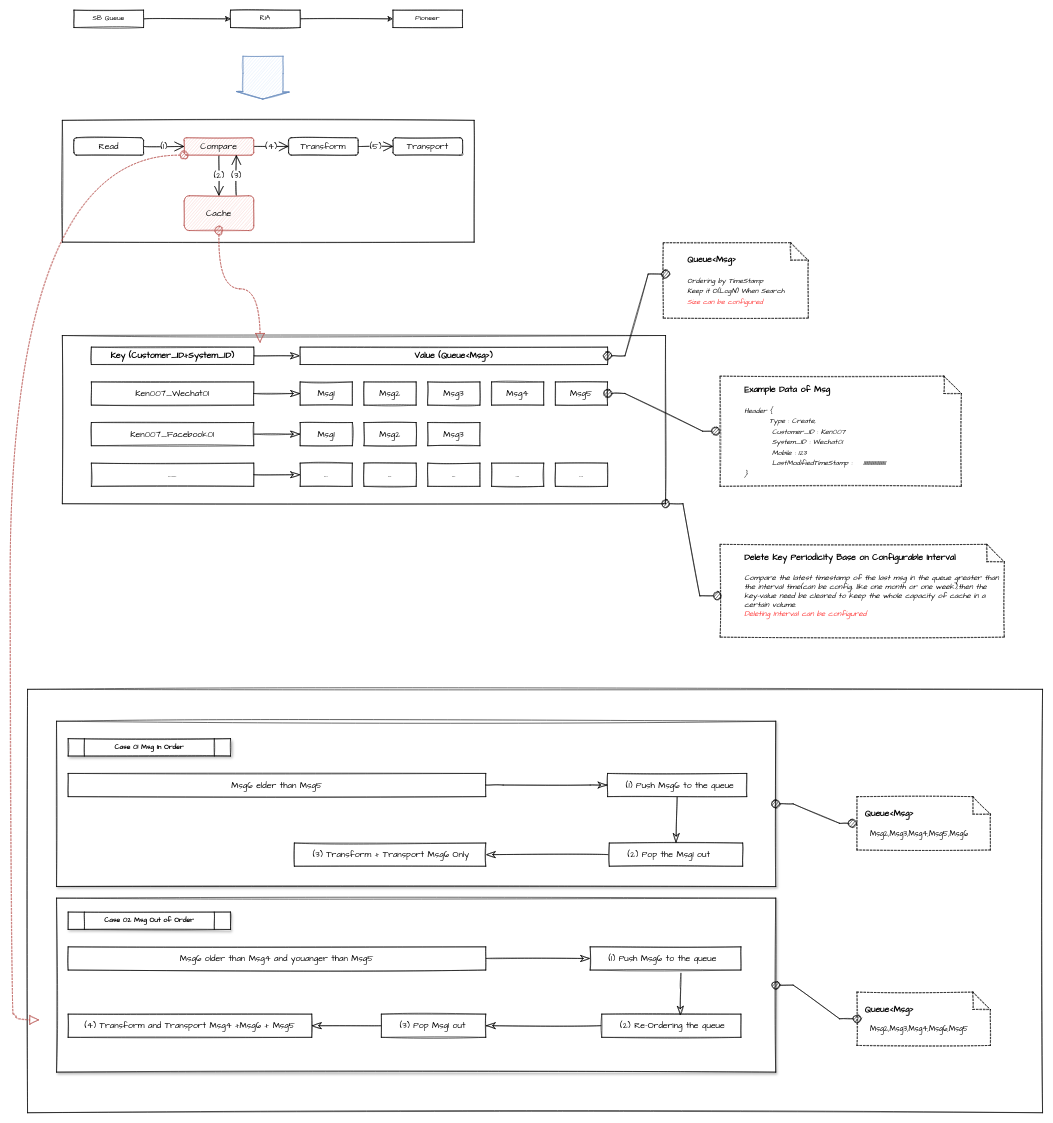
Earlier version of the draw.io diagram src/Data Sequencing Diagram.drawio (chankamlam/demo). Source tidied: cells renumbered, new cells numbered last; positions are measured from the earlier drawing's top-left corner, leaving out a move shared by most shapes. Both pictures are drawn from the tidied source at 58%, with x=0, y=0 at pixel (10, 10).
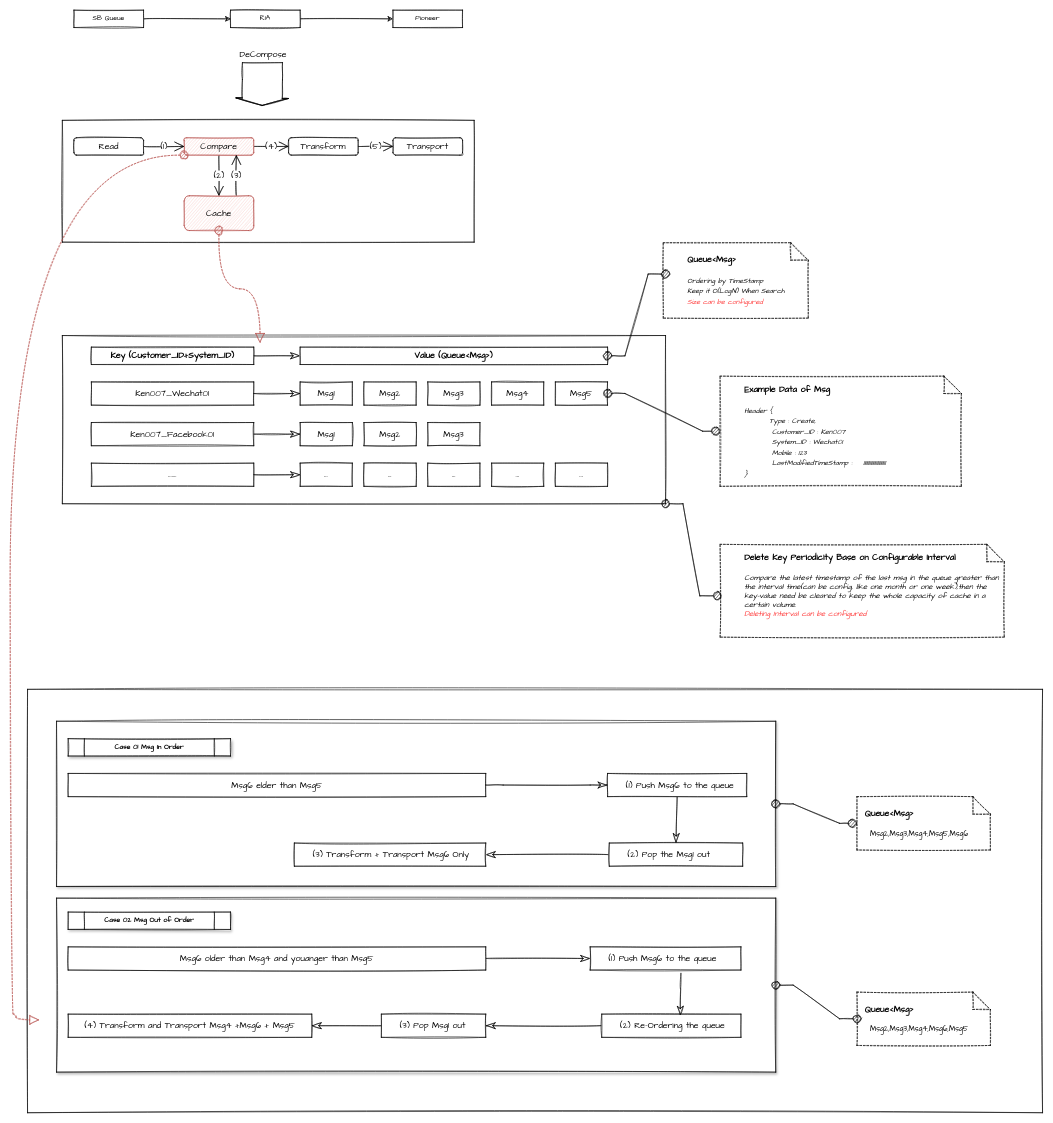
The same page after the edit.

What changed in the source:
```diff
@@
-    <mxCell id="25" style="shape=flexArrow;endArrow=classic;html=1;rounded=0;sketch=1;hachureGap=4;fontFamily=Comic Sans MS;fontSize=15;startSize=14;endSize=3.818181818181818;sourcePerimeterSpacing=8;targetPerimeterSpacing=8;curved=1;entryX=0.481;entryY=-0.025;entryDx=0;entryDy=0;entryPerimeter=0;width=69.09090909090908;fillColor=#dae8fc;strokeColor=#6c8ebf;" parent="1" edge="1">
+    <mxCell id="25" style="shape=flexArrow;endArrow=classic;html=1;rounded=0;sketch=1;hachureGap=4;fontFamily=Comic Sans MS;fontSize=15;startSize=14;endSize=3.818181818181818;sourcePerimeterSpacing=8;targetPerimeterSpacing=8;curved=1;entryX=0.481;entryY=-0.025;entryDx=0;entryDy=0;entryPerimeter=0;width=69.09090909090908;" parent="1" edge="1">
       <mxGeometry relative="1" as="geometry">
-        <mxPoint x="436" y="79" as="sourcePoint" />
-        <mxPoint x="435.5" y="153.8" as="targetPoint" />
+        <mxPoint x="435" y="90" as="sourcePoint" />
+        <mxPoint x="434.5" y="164.8" as="targetPoint" />
         <Array as="points">
-          <mxPoint x="436" y="109" />
+          <mxPoint x="435" y="120" />
         </Array>
       </mxGeometry>
     </mxCell>
@@
+    <mxCell id="75" value="DeCompose" style="text;html=1;align=center;verticalAlign=middle;strokeColor=none;fillColor=none;fontSize=15;fontFamily=Architects Daughter;fontColor=#000000;" parent="1" vertex="1">
+      <mxGeometry x="386" y="61" width="100" height="30" as="geometry" />
+    </mxCell>
```
